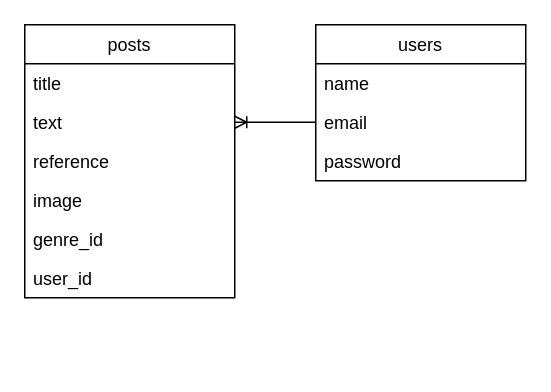
This is ER.dio from kurigaki/reminder37191, a draw.io file, before an edit. Source tidied: cells renumbered, new cells numbered last; positions are measured from the earlier drawing's top-left corner, leaving out a move shared by most shapes. Both pictures are drawn from the tidied source at 150%, with x=0, y=0 at pixel (24, 24).
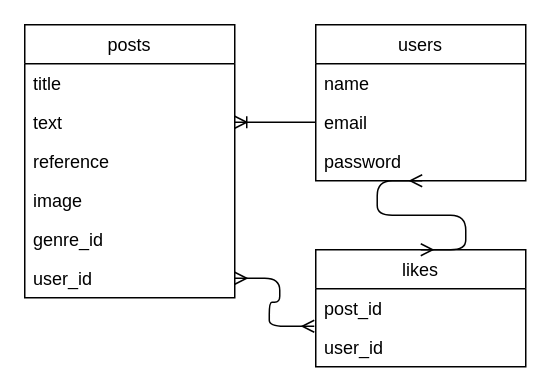
The same page after the edit.

Diff of the diagram source:
```diff
@@
 <mxGraphModel>
   <root>
     <mxCell id="0" />
     <mxCell id="1" parent="0" />
     <mxCell id="2" value="posts" style="swimlane;fontStyle=0;horizontal=1;startSize=26;" parent="1" vertex="1">
       <mxGeometry width="140" height="182" as="geometry" />
     </mxCell>
     <mxCell id="3" value="title" style="text;strokeColor=none;fillColor=none;align=left;verticalAlign=top;spacingLeft=4;spacingRight=4;overflow=hidden;" parent="2" vertex="1">
       <mxGeometry y="26" width="140" height="26" as="geometry" />
     </mxCell>
     <mxCell id="4" value="text" style="text;strokeColor=none;fillColor=none;align=left;verticalAlign=top;spacingLeft=4;spacingRight=4;overflow=hidden;points=[[0,0.5],[1,0.5]];portConstraint=eastwest;" parent="2" vertex="1">
       <mxGeometry y="52" width="140" height="26" as="geometry" />
     </mxCell>
     <mxCell id="5" value="reference" style="text;strokeColor=none;fillColor=none;align=left;verticalAlign=top;spacingLeft=4;spacingRight=4;overflow=hidden;" parent="2" vertex="1">
       <mxGeometry y="78" width="140" height="26" as="geometry" />
     </mxCell>
     <mxCell id="6" value="image" style="text;strokeColor=none;fillColor=none;align=left;verticalAlign=top;spacingLeft=4;spacingRight=4;overflow=hidden;" parent="2" vertex="1">
       <mxGeometry y="104" width="140" height="26" as="geometry" />
     </mxCell>
     <mxCell id="7" value="genre_id" style="text;strokeColor=none;fillColor=none;align=left;verticalAlign=top;spacingLeft=4;spacingRight=4;overflow=hidden;" parent="2" vertex="1">
       <mxGeometry y="130" width="140" height="26" as="geometry" />
     </mxCell>
     <mxCell id="8" value="user_id" style="text;strokeColor=none;fillColor=none;align=left;verticalAlign=top;spacingLeft=4;spacingRight=4;overflow=hidden;points=[[0,0.5],[1,0.5]];portConstraint=eastwest;" parent="2" vertex="1">
       <mxGeometry y="156" width="140" height="26" as="geometry" />
     </mxCell>
     <mxCell id="9" value="users" style="swimlane;fontStyle=0;horizontal=1;startSize=26;" parent="1" vertex="1">
       <mxGeometry x="194" width="140" height="104" as="geometry" />
     </mxCell>
     <mxCell id="10" value="name" style="text;strokeColor=none;fillColor=none;align=left;verticalAlign=top;spacingLeft=4;spacingRight=4;overflow=hidden;" parent="9" vertex="1">
       <mxGeometry y="26" width="140" height="26" as="geometry" />
     </mxCell>
     <mxCell id="11" value="email" style="text;strokeColor=none;fillColor=none;align=left;verticalAlign=top;spacingLeft=4;spacingRight=4;overflow=hidden;points=[[0,0.5],[1,0.5]];portConstraint=eastwest;" parent="9" vertex="1">
       <mxGeometry y="52" width="140" height="26" as="geometry" />
     </mxCell>
     <mxCell id="12" value="password" style="text;strokeColor=none;fillColor=none;align=left;verticalAlign=top;spacingLeft=4;spacingRight=4;overflow=hidden;points=[[0,0.5],[1,0.5]];portConstraint=eastwest;" parent="9" vertex="1">
       <mxGeometry y="78" width="140" height="26" as="geometry" />
     </mxCell>
     <mxCell id="13" style="edgeStyle=entityRelationEdgeStyle;fontSize=12;html=1;endArrow=ERoneToMany;exitX=0;exitY=0.5;exitDx=0;exitDy=0;entryX=1;entryY=0.5;entryDx=0;entryDy=0;" parent="1" edge="1" source="11" target="4">
       <mxGeometry relative="1" as="geometry" />
     </mxCell>
+    <mxCell id="14" value="likes" style="swimlane;fontStyle=0;horizontal=1;startSize=26;" parent="1" vertex="1">
+      <mxGeometry x="194" y="150" width="140" height="78" as="geometry" />
+    </mxCell>
+    <mxCell id="15" value="post_id" style="text;strokeColor=none;fillColor=none;align=left;verticalAlign=top;spacingLeft=4;spacingRight=4;overflow=hidden;" parent="14" vertex="1">
+      <mxGeometry y="26" width="140" height="26" as="geometry" />
+    </mxCell>
+    <mxCell id="16" value="user_id" style="text;strokeColor=none;fillColor=none;align=left;verticalAlign=top;spacingLeft=4;spacingRight=4;overflow=hidden;points=[[0,0.5],[1,0.5]];portConstraint=eastwest;" parent="14" vertex="1">
+      <mxGeometry y="52" width="140" height="26" as="geometry" />
+    </mxCell>
+    <mxCell id="17" style="edgeStyle=entityRelationEdgeStyle;fontSize=12;html=1;endArrow=ERmany;startArrow=ERmany;exitX=1;exitY=0.5;exitDx=0;exitDy=0;entryX=-0.007;entryY=-0.038;entryDx=0;entryDy=0;entryPerimeter=0;" parent="1" edge="1" source="8" target="16">
+      <mxGeometry relative="1" as="geometry" />
+    </mxCell>
+    <mxCell id="18" style="edgeStyle=entityRelationEdgeStyle;fontSize=12;html=1;endArrow=ERmany;startArrow=ERmany;entryX=0.5;entryY=0;entryDx=0;entryDy=0;exitX=0.507;exitY=1;exitDx=0;exitDy=0;exitPerimeter=0;" parent="1" edge="1" source="12" target="14">
+      <mxGeometry relative="1" as="geometry" />
+    </mxCell>
   </root>
 </mxGraphModel>
```
